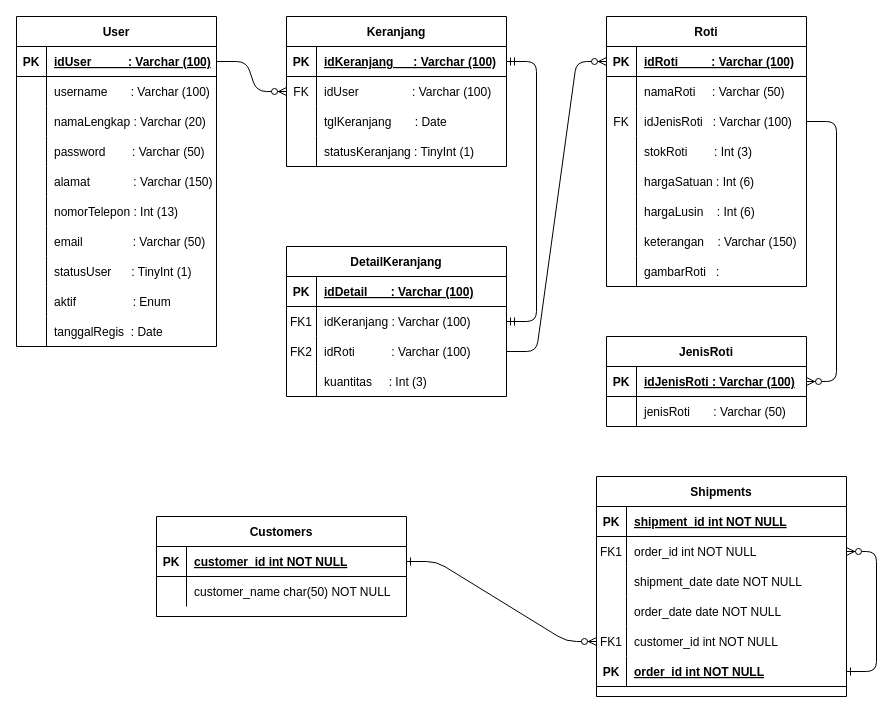
Bluesafif/FinalProject_Bootcamp keeps this draw.io diagram as Diagram/ERD.drawio. Above is the earlier version. Source tidied: cells renumbered, new cells numbered last; positions are measured from the earlier drawing's top-left corner, leaving out a move shared by most shapes. Both pictures are drawn from the tidied source at 100%, with x=0, y=0 at pixel (16, 16).
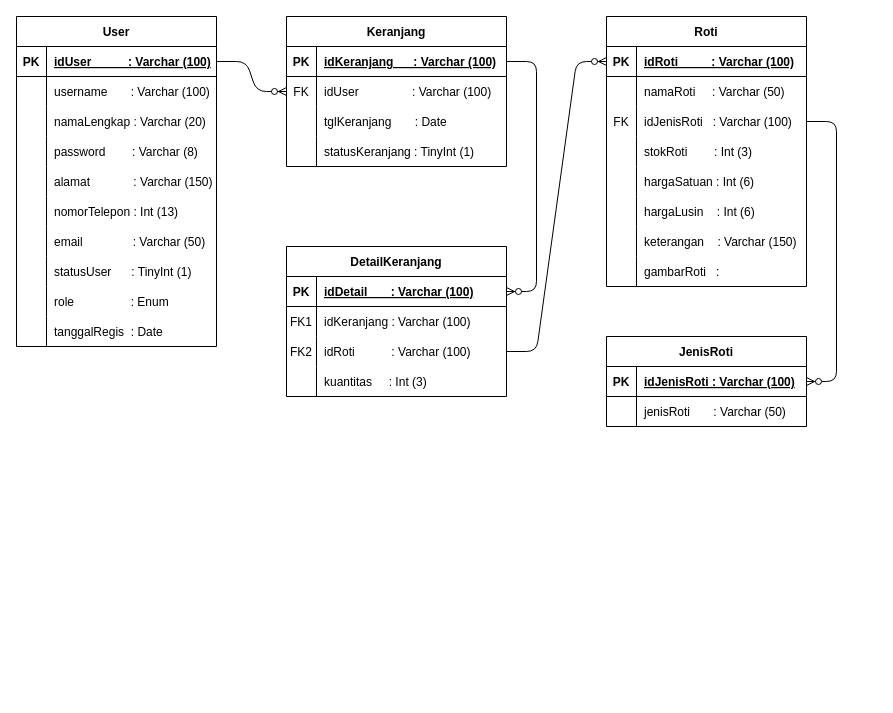
After the change.

Unchanged cells that the change refers to:
```xml
<mxCell id="40" style="shape=partialRectangle;fillColor=none;top=0;left=0;bottom=0;right=0;" parent="30" vertex="1">
  <mxGeometry y="120" width="200" height="30" as="geometry" />
</mxCell>
<mxCell id="55" style="shape=partialRectangle;fillColor=none;top=0;left=0;bottom=0;right=0;" parent="30" vertex="1">
  <mxGeometry y="270" width="200" height="30" as="geometry" />
</mxCell>
<mxCell id="87" style="shape=partialRectangle;fillColor=none;top=0;left=0;bottom=1;right=0;points=[[0,0.5],[1,0.5]];portConstraint=eastwest;" parent="86" vertex="1">
  <mxGeometry y="30" width="220" height="30" as="geometry" />
</mxCell>
<mxCell id="100" style="shape=partialRectangle;fillColor=none;top=0;left=0;bottom=1;right=0;points=[[0,0.5],[1,0.5]];portConstraint=eastwest;" parent="99" vertex="1">
  <mxGeometry y="30" width="220" height="30" as="geometry" />
</mxCell>
<mxCell id="103" style="shape=partialRectangle;fillColor=none;top=0;left=0;bottom=0;right=0;points=[[0,0.5],[1,0.5]];portConstraint=eastwest;" parent="99" vertex="1">
  <mxGeometry y="60" width="220" height="30" as="geometry" />
</mxCell>
```

The edit, as a diff of the source:
```diff
@@
-    <mxCell id="2" style="edgeStyle=entityRelationEdgeStyle;endArrow=ERzeroToMany;startArrow=ERone;endFill=1;startFill=0;" parent="1" edge="1" source="24" target="17">
-      <mxGeometry relative="1" as="geometry" />
-    </mxCell>
-    <mxCell id="3" value="Shipments" style="shape=table;startSize=30;childLayout=tableLayout;rowLines=0;fontStyle=1;align=center;" parent="1" vertex="1">
-      <mxGeometry x="580" y="460" width="250" height="220" as="geometry" />
-    </mxCell>
-    <mxCell id="4" style="shape=partialRectangle;fillColor=none;top=0;left=0;right=0;bottom=1;" parent="3" vertex="1">
-      <mxGeometry y="30" width="250" height="30" as="geometry" />
-    </mxCell>
-    <mxCell id="5" value="PK" style="shape=partialRectangle;overflow=hidden;fillColor=none;top=0;left=0;bottom=0;right=0;fontStyle=1;" parent="4" vertex="1">
-      <mxGeometry width="30" height="30" as="geometry" />
-    </mxCell>
-    <mxCell id="6" value="shipment_id int NOT NULL " style="shape=partialRectangle;overflow=hidden;fillColor=none;top=0;left=0;bottom=0;right=0;align=left;spacingLeft=6;fontStyle=5;" parent="4" vertex="1">
-      <mxGeometry x="30" width="220" height="30" as="geometry" />
-    </mxCell>
-    <mxCell id="7" style="shape=partialRectangle;fillColor=none;points=[[0,0.5],[1,0.5]];portConstraint=eastwest;top=0;left=0;right=0;bottom=0;" parent="3" vertex="1">
-      <mxGeometry y="60" width="250" height="30" as="geometry" />
-    </mxCell>
-    <mxCell id="8" value="FK1" style="shape=partialRectangle;overflow=hidden;fillColor=none;top=0;left=0;bottom=0;right=0;" parent="7" vertex="1">
-      <mxGeometry width="30" height="30" as="geometry" />
-    </mxCell>
-    <mxCell id="9" value="order_id int NOT NULL" style="shape=partialRectangle;overflow=hidden;fillColor=none;top=0;left=0;bottom=0;right=0;align=left;spacingLeft=6;" parent="7" vertex="1">
-      <mxGeometry x="30" width="220" height="30" as="geometry" />
-    </mxCell>
-    <mxCell id="10" style="shape=partialRectangle;fillColor=none;top=0;left=0;right=0;bottom=0;" parent="3" vertex="1">
-      <mxGeometry y="90" width="250" height="30" as="geometry" />
-    </mxCell>
-    <mxCell id="11" style="shape=partialRectangle;overflow=hidden;fillColor=none;top=0;left=0;bottom=0;right=0;" parent="10" vertex="1">
-      <mxGeometry width="30" height="30" as="geometry" />
-    </mxCell>
-    <mxCell id="12" value="shipment_date date NOT NULL" style="shape=partialRectangle;overflow=hidden;fillColor=none;top=0;left=0;bottom=0;right=0;align=left;spacingLeft=6;" parent="10" vertex="1">
-      <mxGeometry x="30" width="220" height="30" as="geometry" />
-    </mxCell>
-    <mxCell id="13" style="edgeStyle=entityRelationEdgeStyle;endArrow=ERzeroToMany;startArrow=ERone;endFill=1;startFill=0;" parent="3" edge="1" source="20" target="7">
-      <mxGeometry relative="1" as="geometry" />
-    </mxCell>
-    <mxCell id="14" style="shape=partialRectangle;fillColor=none;top=0;left=0;right=0;bottom=0;" parent="3" vertex="1">
-      <mxGeometry y="120" width="250" height="30" as="geometry" />
-    </mxCell>
-    <mxCell id="15" style="shape=partialRectangle;overflow=hidden;fillColor=none;top=0;left=0;bottom=0;right=0;" parent="14" vertex="1">
-      <mxGeometry width="30" height="30" as="geometry" />
-    </mxCell>
-    <mxCell id="16" value="order_date date NOT NULL" style="shape=partialRectangle;overflow=hidden;fillColor=none;top=0;left=0;bottom=0;right=0;align=left;spacingLeft=6;" parent="14" vertex="1">
-      <mxGeometry x="30" width="220" height="30" as="geometry" />
-    </mxCell>
-    <mxCell id="17" style="shape=partialRectangle;fillColor=none;points=[[0,0.5],[1,0.5]];portConstraint=eastwest;top=0;left=0;right=0;bottom=0;" parent="3" vertex="1">
-      <mxGeometry y="150" width="250" height="30" as="geometry" />
-    </mxCell>
-    <mxCell id="18" value="FK1" style="shape=partialRectangle;overflow=hidden;fillColor=none;top=0;left=0;bottom=0;right=0;" parent="17" vertex="1">
-      <mxGeometry width="30" height="30" as="geometry" />
-    </mxCell>
-    <mxCell id="19" value="customer_id int NOT NULL" style="shape=partialRectangle;overflow=hidden;fillColor=none;top=0;left=0;bottom=0;right=0;align=left;spacingLeft=6;" parent="17" vertex="1">
-      <mxGeometry x="30" width="220" height="30" as="geometry" />
-    </mxCell>
-    <mxCell id="20" style="shape=partialRectangle;fillColor=none;points=[[0,0.5],[1,0.5]];portConstraint=eastwest;top=0;left=0;right=0;bottom=1;" parent="3" vertex="1">
-      <mxGeometry y="180" width="250" height="30" as="geometry" />
-    </mxCell>
-    <mxCell id="21" value="PK" style="shape=partialRectangle;overflow=hidden;fillColor=none;top=0;left=0;bottom=0;right=0;fontStyle=1;" parent="20" vertex="1">
-      <mxGeometry width="30" height="30" as="geometry" />
-    </mxCell>
-    <mxCell id="22" value="order_id int NOT NULL " style="shape=partialRectangle;overflow=hidden;fillColor=none;top=0;left=0;bottom=0;right=0;align=left;spacingLeft=6;fontStyle=5;" parent="20" vertex="1">
-      <mxGeometry x="30" width="220" height="30" as="geometry" />
-    </mxCell>
-    <mxCell id="23" value="Customers" style="shape=table;startSize=30;childLayout=tableLayout;rowLines=0;fontStyle=1;align=center;" parent="1" vertex="1">
-      <mxGeometry x="140" y="500" width="250" height="100" as="geometry" />
-    </mxCell>
-    <mxCell id="24" style="shape=partialRectangle;fillColor=none;points=[[0,0.5],[1,0.5]];portConstraint=eastwest;top=0;left=0;right=0;bottom=1;" parent="23" vertex="1">
-      <mxGeometry y="30" width="250" height="30" as="geometry" />
-    </mxCell>
-    <mxCell id="25" value="PK" style="shape=partialRectangle;overflow=hidden;fillColor=none;top=0;left=0;bottom=0;right=0;fontStyle=1;" parent="24" vertex="1">
-      <mxGeometry width="30" height="30" as="geometry" />
-    </mxCell>
-    <mxCell id="26" value="customer_id int NOT NULL " style="shape=partialRectangle;overflow=hidden;fillColor=none;top=0;left=0;bottom=0;right=0;align=left;spacingLeft=6;fontStyle=5;" parent="24" vertex="1">
-      <mxGeometry x="30" width="220" height="30" as="geometry" />
-    </mxCell>
-    <mxCell id="27" style="shape=partialRectangle;fillColor=none;top=0;left=0;right=0;bottom=0;" parent="23" vertex="1">
-      <mxGeometry y="60" width="250" height="30" as="geometry" />
-    </mxCell>
-    <mxCell id="28" style="shape=partialRectangle;overflow=hidden;fillColor=none;top=0;left=0;bottom=0;right=0;" parent="27" vertex="1">
-      <mxGeometry width="30" height="30" as="geometry" />
-    </mxCell>
-    <mxCell id="29" value="customer_name char(50) NOT NULL" style="shape=partialRectangle;overflow=hidden;fillColor=none;top=0;left=0;bottom=0;right=0;align=left;spacingLeft=6;" parent="27" vertex="1">
-      <mxGeometry x="30" width="220" height="30" as="geometry" />
-    </mxCell>
@@
-    <mxCell id="42" value="password        : Varchar (50)" style="shape=partialRectangle;fillColor=none;top=0;left=0;bottom=0;right=0;align=left;spacingLeft=6;overflow=hidden;" parent="40" vertex="1">
+    <mxCell id="42" value="password        : Varchar (8)" style="shape=partialRectangle;fillColor=none;top=0;left=0;bottom=0;right=0;align=left;spacingLeft=6;overflow=hidden;" parent="40" vertex="1">
       <mxGeometry x="30" width="170" height="30" as="geometry" />
     </mxCell>
@@
-    <mxCell id="57" value="aktif                 : Enum" style="shape=partialRectangle;fillColor=none;top=0;left=0;bottom=0;right=0;align=left;spacingLeft=6;overflow=hidden;" parent="55" vertex="1">
+    <mxCell id="57" value="role                 : Enum" style="shape=partialRectangle;fillColor=none;top=0;left=0;bottom=0;right=0;align=left;spacingLeft=6;overflow=hidden;" parent="55" vertex="1">
       <mxGeometry x="30" width="170" height="30" as="geometry" />
     </mxCell>
@@
-    <mxCell id="114" style="edgeStyle=entityRelationEdgeStyle;fontSize=12;html=1;endArrow=ERmandOne;startArrow=ERmandOne;entryX=1;entryY=0.5;entryDx=0;entryDy=0;exitX=1;exitY=0.5;exitDx=0;exitDy=0;" parent="1" edge="1" source="103" target="87">
-      <mxGeometry relative="1" as="geometry" />
-    </mxCell>
@@
+    <mxCell id="123" style="edgeStyle=entityRelationEdgeStyle;fontSize=12;html=1;endArrow=ERzeroToMany;endFill=1;entryX=1;entryY=0.5;entryDx=0;entryDy=0;exitX=1;exitY=0.5;exitDx=0;exitDy=0;" parent="1" edge="1" source="87" target="100">
+      <mxGeometry relative="1" as="geometry" />
+    </mxCell>
```
